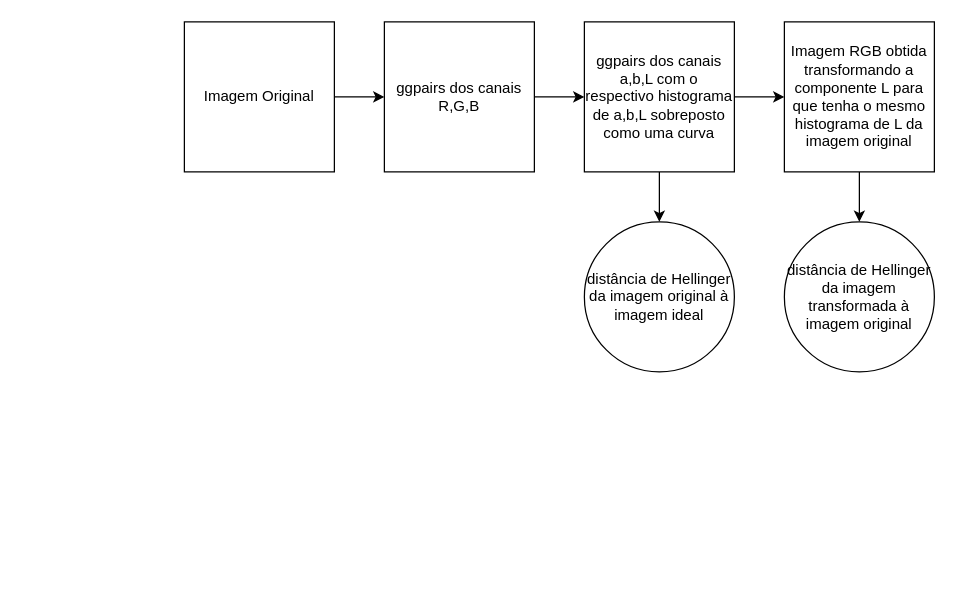
Before: PolSAR/Diagrams/Esquema.drawio in Leh11/SAR-PROCESSING, a draw.io diagram. Source tidied: cells renumbered, new cells numbered last; positions are measured from the earlier drawing's top-left corner, leaving out a move shared by most shapes. Both pictures are drawn from the tidied source at 125%, with x=0, y=0 at pixel (184, 21).
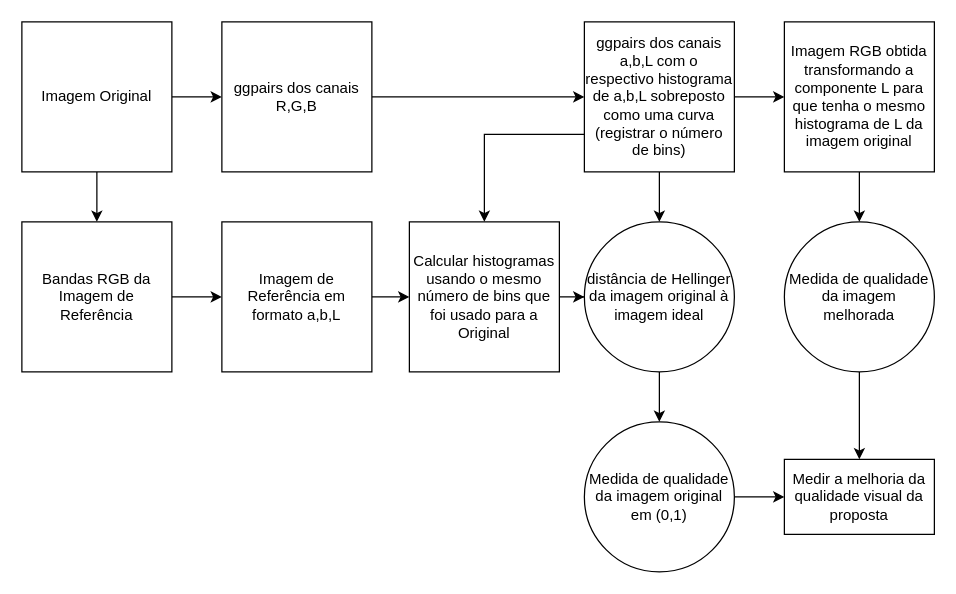
After the change.

Commit message (it also covers changes not shown here):
Diagrama atualizado

The change refers to these unchanged cells:
```xml
<mxCell id="9" value="distância de Hellinger da imagem original à imagem ideal" style="ellipse;whiteSpace=wrap;html=1;rounded=0;" parent="1" vertex="1">
  <mxGeometry x="320" y="160" width="120" height="120" as="geometry" />
</mxCell>
```

The edit, as a diff of the source:
```diff
@@
+    <mxCell id="13" style="edgeStyle=orthogonalEdgeStyle;rounded=0;jettySize=auto;html=1;" parent="1" edge="1" source="3" target="18">
+      <mxGeometry relative="1" as="geometry" />
+    </mxCell>
     <mxCell id="3" value="Imagem Original" style="rounded=0;whiteSpace=wrap;html=1;" parent="1" vertex="1">
-      <mxGeometry width="120" height="120" as="geometry" />
+      <mxGeometry x="-130" width="120" height="120" as="geometry" />
     </mxCell>
@@
     <mxCell id="5" value="ggpairs dos canais R,G,B" style="rounded=0;whiteSpace=wrap;html=1;" parent="1" vertex="1">
-      <mxGeometry x="160" width="120" height="120" as="geometry" />
+      <mxGeometry x="30" width="120" height="120" as="geometry" />
     </mxCell>
@@
+    <mxCell id="14" style="edgeStyle=orthogonalEdgeStyle;rounded=0;jettySize=auto;html=1;exitX=0;exitY=0.75;exitDx=0;exitDy=0;entryX=0.5;entryY=0;entryDx=0;entryDy=0;" parent="1" edge="1" source="8" target="24">
+      <mxGeometry relative="1" as="geometry" />
+    </mxCell>
-    <mxCell id="8" value="ggpairs dos canais a,b,L com o respectivo histograma de a,b,L sobreposto como uma curva" style="whiteSpace=wrap;html=1;rounded=0;" parent="1" vertex="1">
+    <mxCell id="8" value="ggpairs dos canais a,b,L com o respectivo histograma de a,b,L sobreposto como uma curva&lt;br&gt;(registrar o número de bins)" style="whiteSpace=wrap;html=1;rounded=0;" parent="1" vertex="1">
       <mxGeometry x="320" width="120" height="120" as="geometry" />
     </mxCell>
+    <mxCell id="15" style="edgeStyle=orthogonalEdgeStyle;rounded=0;jettySize=auto;html=1;" parent="1" edge="1" source="9" target="22">
+      <mxGeometry relative="1" as="geometry" />
+    </mxCell>
@@
+    <mxCell id="16" style="edgeStyle=orthogonalEdgeStyle;rounded=0;jettySize=auto;html=1;entryX=0.5;entryY=0;entryDx=0;entryDy=0;" parent="1" edge="1" source="12" target="25">
+      <mxGeometry relative="1" as="geometry" />
+    </mxCell>
-    <mxCell id="12" value="distância de Hellinger da imagem transformada à imagem original" style="ellipse;whiteSpace=wrap;html=1;rounded=0;" parent="1" vertex="1">
+    <mxCell id="12" value="Medida de qualidade da imagem melhorada" style="ellipse;whiteSpace=wrap;html=1;rounded=0;" parent="1" vertex="1">
       <mxGeometry x="480" y="160" width="120" height="120" as="geometry" />
     </mxCell>
+    <mxCell id="17" style="edgeStyle=orthogonalEdgeStyle;rounded=0;jettySize=auto;html=1;" parent="1" edge="1" source="18" target="20">
+      <mxGeometry relative="1" as="geometry" />
+    </mxCell>
+    <mxCell id="18" value="Bandas RGB da Imagem de Referência" style="rounded=0;whiteSpace=wrap;html=1;" parent="1" vertex="1">
+      <mxGeometry x="-130" y="160" width="120" height="120" as="geometry" />
+    </mxCell>
+    <mxCell id="19" style="edgeStyle=orthogonalEdgeStyle;rounded=0;jettySize=auto;html=1;" parent="1" edge="1" source="20" target="24">
+      <mxGeometry relative="1" as="geometry" />
+    </mxCell>
+    <mxCell id="20" value="Imagem de Referência em formato a,b,L" style="rounded=0;whiteSpace=wrap;html=1;" parent="1" vertex="1">
+      <mxGeometry x="30" y="160" width="120" height="120" as="geometry" />
+    </mxCell>
+    <mxCell id="21" style="edgeStyle=orthogonalEdgeStyle;rounded=0;jettySize=auto;html=1;" parent="1" edge="1" source="22" target="25">
+      <mxGeometry relative="1" as="geometry" />
+    </mxCell>
+    <mxCell id="22" value="Medida de qualidade da imagem original em (0,1)" style="ellipse;whiteSpace=wrap;html=1;rounded=0;" parent="1" vertex="1">
+      <mxGeometry x="320" y="320" width="120" height="120" as="geometry" />
+    </mxCell>
+    <mxCell id="23" style="edgeStyle=orthogonalEdgeStyle;rounded=0;jettySize=auto;html=1;entryX=0;entryY=0.5;entryDx=0;entryDy=0;" parent="1" edge="1" source="24" target="9">
+      <mxGeometry relative="1" as="geometry" />
+    </mxCell>
+    <mxCell id="24" value="Calcular histogramas usando o mesmo número de bins que foi usado para a Original" style="rounded=0;whiteSpace=wrap;html=1;" parent="1" vertex="1">
+      <mxGeometry x="180" y="160" width="120" height="120" as="geometry" />
+    </mxCell>
+    <mxCell id="25" value="Medir a melhoria da qualidade visual da proposta" style="whiteSpace=wrap;html=1;rounded=0;" parent="1" vertex="1">
+      <mxGeometry x="480" y="350" width="120" height="60" as="geometry" />
+    </mxCell>
```
